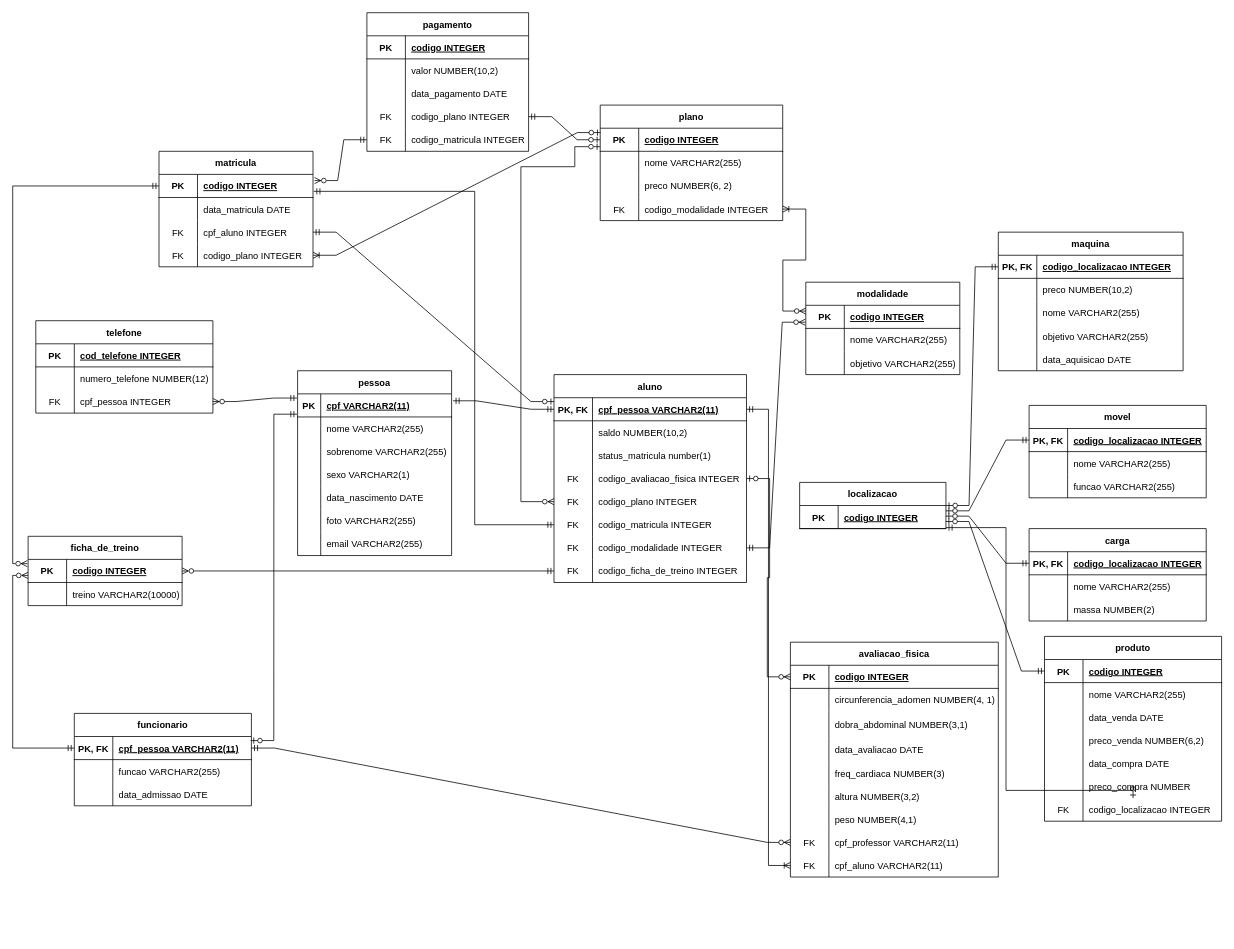
Before: GymDataBaseModel.drawio in williamdistler/GymDataBaseModel, a draw.io diagram. Source tidied: cells renumbered, new cells numbered last; positions are measured from the earlier drawing's top-left corner, leaving out a move shared by most shapes. Both pictures are drawn from the tidied source at 77%, with x=0, y=0 at pixel (28, 12).
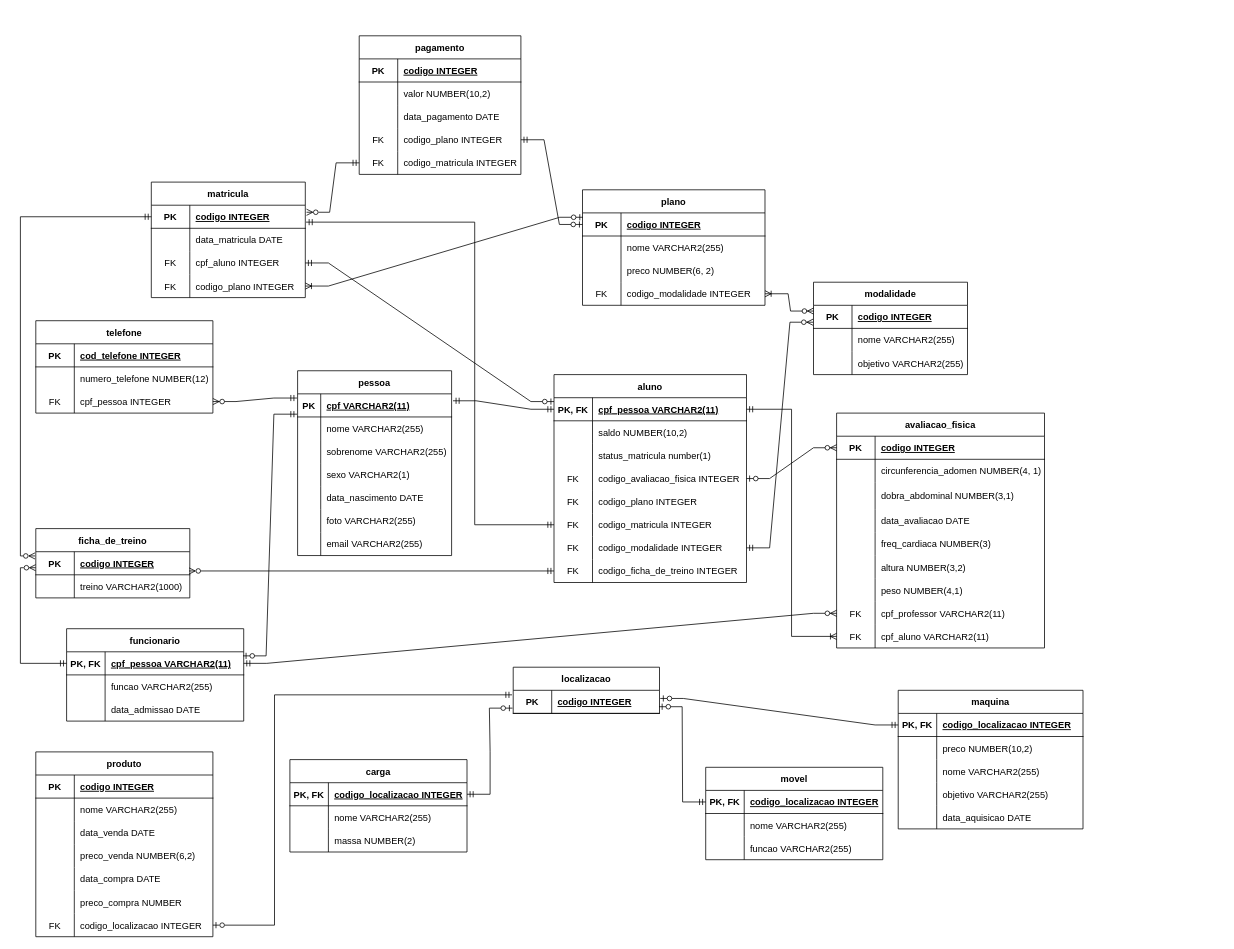
Above is the later version.

Unchanged cells that the change refers to:
```xml
<mxCell id="87" style="shape=tableRow;horizontal=0;startSize=0;swimlaneHead=0;swimlaneBody=0;fillColor=none;points=[[0,0.5],[1,0.5]];portConstraint=eastwest;top=0;left=0;right=0;bottom=0;" parent="74" vertex="1">
  <mxGeometry y="150" width="250" height="30" as="geometry" />
</mxCell>
<mxCell id="90" style="shape=tableRow;horizontal=0;startSize=0;swimlaneHead=0;swimlaneBody=0;fillColor=none;points=[[0,0.5],[1,0.5]];portConstraint=eastwest;top=0;left=0;right=0;bottom=0;" parent="74" vertex="1">
  <mxGeometry y="180" width="250" height="30" as="geometry" />
</mxCell>
<mxCell id="96" style="shape=tableRow;horizontal=0;startSize=0;swimlaneHead=0;swimlaneBody=0;fillColor=none;points=[[0,0.5],[1,0.5]];portConstraint=eastwest;top=0;left=0;right=0;bottom=0;" parent="74" vertex="1">
  <mxGeometry y="240" width="250" height="30" as="geometry" />
</mxCell>
<mxCell id="105" style="shape=tableRow;horizontal=0;startSize=0;swimlaneHead=0;swimlaneBody=0;fillColor=none;top=0;left=0;right=0;bottom=0;" parent="101" vertex="1">
  <mxGeometry y="60" width="200" height="30" as="geometry" />
</mxCell>
<mxCell id="121" style="shape=tableRow;horizontal=0;startSize=0;swimlaneHead=0;swimlaneBody=0;fillColor=none;points=[[0,0.5],[1,0.5]];portConstraint=eastwest;top=0;left=0;right=0;bottom=1;" parent="120" vertex="1">
  <mxGeometry y="30" width="237" height="30" as="geometry" />
</mxCell>
<mxCell id="135" style="shape=tableRow;horizontal=0;startSize=0;swimlaneHead=0;swimlaneBody=0;fillColor=none;points=[[0,0.5],[1,0.5]];portConstraint=eastwest;top=0;left=0;right=0;bottom=1;" parent="134" vertex="1">
  <mxGeometry y="30" width="200" height="30" as="geometry" />
</mxCell>
<mxCell id="162" style="shape=tableRow;horizontal=0;startSize=0;swimlaneHead=0;swimlaneBody=0;fillColor=none;points=[[0,0.5],[1,0.5]];portConstraint=eastwest;top=0;left=0;right=0;bottom=0;" parent="149" vertex="1">
  <mxGeometry y="150" width="210" height="30" as="geometry" />
</mxCell>
<mxCell id="168" style="shape=tableRow;horizontal=0;startSize=0;swimlaneHead=0;swimlaneBody=0;fillColor=none;points=[[0,0.5],[1,0.5]];portConstraint=eastwest;top=0;left=0;right=0;bottom=1;" parent="167" vertex="1">
  <mxGeometry y="30" width="190" height="30" as="geometry" />
</mxCell>
<mxCell id="172" style="shape=tableRow;horizontal=0;startSize=0;swimlaneHead=0;swimlaneBody=0;fillColor=none;points=[[0,0.5],[1,0.5]];portConstraint=eastwest;top=0;left=0;right=0;bottom=1;" parent="171" vertex="1">
  <mxGeometry y="30" width="230" height="30" as="geometry" />
</mxCell>
<mxCell id="190" style="shape=tableRow;horizontal=0;startSize=0;swimlaneHead=0;swimlaneBody=0;fillColor=none;points=[[0,0.5],[1,0.5]];portConstraint=eastwest;top=0;left=0;right=0;bottom=0;" parent="171" vertex="1">
  <mxGeometry y="210" width="230" height="30" as="geometry" />
</mxCell>
<mxCell id="195" style="shape=tableRow;horizontal=0;startSize=0;swimlaneHead=0;swimlaneBody=0;fillColor=none;points=[[0,0.5],[1,0.5]];portConstraint=eastwest;top=0;left=0;right=0;bottom=1;" parent="194" vertex="1">
  <mxGeometry y="30" width="240" height="30" as="geometry" />
</mxCell>
<mxCell id="212" style="shape=tableRow;horizontal=0;startSize=0;swimlaneHead=0;swimlaneBody=0;fillColor=none;points=[[0,0.5],[1,0.5]];portConstraint=eastwest;top=0;left=0;right=0;bottom=1;" parent="211" vertex="1">
  <mxGeometry y="30" width="230" height="30" as="geometry" />
</mxCell>
<mxCell id="223" style="shape=tableRow;horizontal=0;startSize=0;swimlaneHead=0;swimlaneBody=0;fillColor=none;points=[[0,0.5],[1,0.5]];portConstraint=eastwest;top=0;left=0;right=0;bottom=1;" parent="222" vertex="1">
  <mxGeometry y="30" width="230" height="30" as="geometry" />
</mxCell>
```

What changed in the source:
```diff
@@
     <mxCell id="34" value="funcionario" style="shape=table;startSize=30;childLayout=tableLayout;rowLines=0;fontStyle=1;align=center;" parent="1" vertex="1">
-      <mxGeometry x="60" y="910" width="230" height="120" as="geometry" />
+      <mxGeometry x="50" y="800" width="230" height="120" as="geometry" />
     </mxCell>
@@
     <mxCell id="45" value="avaliacao_fisica" style="shape=table;startSize=30;childLayout=tableLayout;rowLines=0;fontStyle=1;align=center;" parent="1" vertex="1">
-      <mxGeometry x="990" y="817.5" width="270" height="305" as="geometry" />
+      <mxGeometry x="1050" y="520" width="270" height="305" as="geometry" />
     </mxCell>
@@
     <mxCell id="101" value="ficha_de_treino" style="shape=table;startSize=30;childLayout=tableLayout;rowLines=0;fontStyle=1;align=center;" parent="1" vertex="1">
-      <mxGeometry y="680" width="200" height="90" as="geometry" />
+      <mxGeometry x="10" y="670" width="200" height="90" as="geometry" />
     </mxCell>
@@
-    <mxCell id="107" value="treino VARCHAR2(10000)" style="shape=partialRectangle;fillColor=none;top=0;left=0;bottom=0;right=0;align=left;spacingLeft=6;overflow=hidden;" parent="105" vertex="1">
+    <mxCell id="107" value="treino VARCHAR2(1000)" style="shape=partialRectangle;fillColor=none;top=0;left=0;bottom=0;right=0;align=left;spacingLeft=6;overflow=hidden;" parent="105" vertex="1">
       <mxGeometry x="50" width="150" height="30" as="geometry" />
     </mxCell>
     <mxCell id="108" value="modalidade" style="shape=table;startSize=30;childLayout=tableLayout;rowLines=0;fontStyle=1;align=center;" parent="1" vertex="1">
-      <mxGeometry x="1010" y="350" width="200" height="120" as="geometry" />
+      <mxGeometry x="1020" y="350" width="200" height="120" as="geometry" />
     </mxCell>
@@
-    <mxCell id="119" style="edgeStyle=orthogonalEdgeStyle;rounded=0;jettySize=auto;html=1;endArrow=ERzeroToMany;endFill=0;startArrow=ERzeroToOne;startFill=0;entryX=0;entryY=0.5;entryDx=0;entryDy=0;" parent="1" edge="1" source="121" target="87">
-      <mxGeometry relative="1" as="geometry">
-        <Array as="points">
-          <mxPoint x="710" y="174" />
-          <mxPoint x="710" y="200" />
-          <mxPoint x="640" y="200" />
-          <mxPoint x="640" y="635" />
-        </Array>
-      </mxGeometry>
-    </mxCell>
     <mxCell id="120" value="plano" style="shape=table;startSize=30;childLayout=tableLayout;rowLines=0;fontStyle=1;align=center;" parent="1" vertex="1">
-      <mxGeometry x="743" y="120" width="237" height="150" as="geometry" />
+      <mxGeometry x="720" y="230" width="237" height="150" as="geometry" />
     </mxCell>
@@
     <mxCell id="134" value="matricula" style="shape=table;startSize=30;childLayout=tableLayout;rowLines=0;fontStyle=1;align=center;" parent="1" vertex="1">
-      <mxGeometry x="170" y="180" width="200" height="150" as="geometry" />
+      <mxGeometry x="160" y="220" width="200" height="150" as="geometry" />
     </mxCell>
@@
     <mxCell id="149" value="pagamento" style="shape=table;startSize=30;childLayout=tableLayout;rowLines=0;fontStyle=1;align=center;" parent="1" vertex="1">
-      <mxGeometry x="440" width="210" height="180" as="geometry" />
+      <mxGeometry x="430" y="30" width="210" height="180" as="geometry" />
     </mxCell>
@@
-    <mxCell id="165" style="edgeStyle=entityRelationEdgeStyle;fontSize=12;html=1;endArrow=ERzeroToMany;startArrow=ERmandOne;rounded=0;entryX=1.01;entryY=0.267;entryDx=0;entryDy=0;exitX=0;exitY=0.5;exitDx=0;exitDy=0;entryPerimeter=0;endFill=0;" parent="1" edge="1" source="162" target="135">
+    <mxCell id="165" style="edgeStyle=entityRelationEdgeStyle;fontSize=12;html=1;endArrow=ERzeroToMany;startArrow=ERmandOne;rounded=0;entryX=1.008;entryY=0.305;entryDx=0;entryDy=0;exitX=0;exitY=0.5;exitDx=0;exitDy=0;entryPerimeter=0;endFill=0;" parent="1" edge="1" source="162" target="135">
       <mxGeometry relative="1" as="geometry" />
     </mxCell>
@@
     <mxCell id="167" value="localizacao" style="shape=table;startSize=30;childLayout=tableLayout;rowLines=0;fontStyle=1;align=center;" parent="1" vertex="1">
-      <mxGeometry x="1002" y="610" width="190" height="60" as="geometry" />
+      <mxGeometry x="630" y="850" width="190" height="60" as="geometry" />
     </mxCell>
@@
     <mxCell id="171" value="produto" style="shape=table;startSize=30;childLayout=tableLayout;rowLines=0;fontStyle=1;align=center;" parent="1" vertex="1">
-      <mxGeometry x="1320" y="810" width="230" height="240" as="geometry" />
+      <mxGeometry x="10" y="960" width="230" height="240" as="geometry" />
     </mxCell>
@@
-    <mxCell id="193" style="edgeStyle=entityRelationEdgeStyle;fontSize=12;html=1;endArrow=ERzeroToOne;startArrow=ERmandOne;rounded=0;entryX=0.999;entryY=0.692;entryDx=0;entryDy=0;exitX=0;exitY=0.5;exitDx=0;exitDy=0;entryPerimeter=0;" parent="1" edge="1" source="172" target="168">
-      <mxGeometry relative="1" as="geometry" />
-    </mxCell>
     <mxCell id="194" value="maquina" style="shape=table;startSize=30;childLayout=tableLayout;rowLines=0;fontStyle=1;align=center;" parent="1" vertex="1">
-      <mxGeometry x="1260" y="285" width="240" height="180" as="geometry" />
+      <mxGeometry x="1130" y="880" width="240" height="180" as="geometry" />
     </mxCell>
@@
-    <mxCell id="210" style="edgeStyle=entityRelationEdgeStyle;fontSize=12;html=1;endArrow=ERzeroToOne;startArrow=ERmandOne;rounded=0;exitX=0;exitY=0.5;exitDx=0;exitDy=0;entryX=1;entryY=0.5;entryDx=0;entryDy=0;" parent="1" edge="1" source="195" target="167">
+    <mxCell id="210" style="edgeStyle=entityRelationEdgeStyle;fontSize=12;html=1;endArrow=ERzeroToOne;startArrow=ERmandOne;rounded=0;exitX=0;exitY=0.5;exitDx=0;exitDy=0;entryX=1.005;entryY=0.353;entryDx=0;entryDy=0;entryPerimeter=0;" parent="1" edge="1" source="195" target="168">
       <mxGeometry relative="1" as="geometry" />
     </mxCell>
     <mxCell id="211" value="carga" style="shape=table;startSize=30;childLayout=tableLayout;rowLines=0;fontStyle=1;align=center;" parent="1" vertex="1">
-      <mxGeometry x="1300" y="670" width="230" height="120" as="geometry" />
+      <mxGeometry x="340" y="970" width="230" height="120" as="geometry" />
     </mxCell>
@@
-    <mxCell id="221" style="edgeStyle=entityRelationEdgeStyle;fontSize=12;html=1;endArrow=ERzeroToOne;startArrow=ERmandOne;rounded=0;exitX=0;exitY=0.5;exitDx=0;exitDy=0;entryX=0.999;entryY=0.46;entryDx=0;entryDy=0;entryPerimeter=0;" parent="1" edge="1" source="212" target="168">
+    <mxCell id="221" style="edgeStyle=entityRelationEdgeStyle;fontSize=12;html=1;endArrow=ERzeroToOne;startArrow=ERmandOne;rounded=0;exitX=1;exitY=0.5;exitDx=0;exitDy=0;entryX=-0.005;entryY=0.772;entryDx=0;entryDy=0;entryPerimeter=0;" parent="1" edge="1" source="212" target="168">
       <mxGeometry relative="1" as="geometry" />
     </mxCell>
     <mxCell id="222" value="movel" style="shape=table;startSize=30;childLayout=tableLayout;rowLines=0;fontStyle=1;align=center;" parent="1" vertex="1">
-      <mxGeometry x="1300" y="510" width="230" height="120" as="geometry" />
+      <mxGeometry x="880" y="980" width="230" height="120" as="geometry" />
     </mxCell>
@@
-    <mxCell id="232" style="edgeStyle=entityRelationEdgeStyle;fontSize=12;html=1;endArrow=ERzeroToOne;startArrow=ERmandOne;rounded=0;exitX=0;exitY=0.5;exitDx=0;exitDy=0;entryX=0.999;entryY=0.231;entryDx=0;entryDy=0;entryPerimeter=0;" parent="1" edge="1" source="223" target="168">
+    <mxCell id="232" style="edgeStyle=entityRelationEdgeStyle;fontSize=12;html=1;endArrow=ERzeroToOne;startArrow=ERmandOne;rounded=0;exitX=0;exitY=0.5;exitDx=0;exitDy=0;entryX=0.997;entryY=0.71;entryDx=0;entryDy=0;entryPerimeter=0;" parent="1" edge="1" source="223" target="168">
       <mxGeometry relative="1" as="geometry" />
     </mxCell>
@@
     <mxCell id="236" style="edgeStyle=orthogonalEdgeStyle;rounded=0;jettySize=auto;html=1;entryX=1.005;entryY=0.733;entryDx=0;entryDy=0;startArrow=ERmandOne;startFill=0;endArrow=ERmandOne;endFill=0;entryPerimeter=0;exitX=0;exitY=0.5;exitDx=0;exitDy=0;" parent="1" edge="1" source="90" target="135">
       <mxGeometry relative="1" as="geometry">
         <Array as="points">
           <mxPoint x="580" y="665" />
-          <mxPoint x="580" y="232" />
+          <mxPoint x="580" y="272" />
         </Array>
       </mxGeometry>
     </mxCell>
     <mxCell id="237" style="edgeStyle=orthogonalEdgeStyle;rounded=0;jettySize=auto;html=1;startArrow=ERmandOne;startFill=0;endArrow=ERzeroToMany;endFill=0;exitX=0;exitY=0.5;exitDx=0;exitDy=0;" parent="1" edge="1" source="96">
       <mxGeometry relative="1" as="geometry">
-        <mxPoint x="200" y="725" as="targetPoint" />
+        <mxPoint x="209" y="725" as="targetPoint" />
         <Array as="points">
-          <mxPoint x="683" y="725" />
+          <mxPoint x="209" y="725" />
         </Array>
       </mxGeometry>
     </mxCell>
@@
-    <mxCell id="239" style="edgeStyle=orthogonalEdgeStyle;rounded=0;jettySize=auto;html=1;entryX=1;entryY=0.957;entryDx=0;entryDy=0;entryPerimeter=0;startArrow=ERzeroToOne;startFill=0;endArrow=ERmandOne;endFill=0;" parent="1" edge="1" source="190" target="168">
+    <mxCell id="239" style="edgeStyle=orthogonalEdgeStyle;rounded=0;jettySize=auto;html=1;startArrow=ERzeroToOne;startFill=0;endArrow=ERmandOne;endFill=0;entryX=-0.008;entryY=0.196;entryDx=0;entryDy=0;entryPerimeter=0;exitX=1;exitY=0.5;exitDx=0;exitDy=0;" parent="1" edge="1" source="190" target="168">
       <mxGeometry relative="1" as="geometry">
         <Array as="points">
-          <mxPoint x="1270" y="1010" />
-          <mxPoint x="1270" y="669" />
+          <mxPoint x="320" y="1185" />
+          <mxPoint x="320" y="886" />
         </Array>
       </mxGeometry>
     </mxCell>
```
